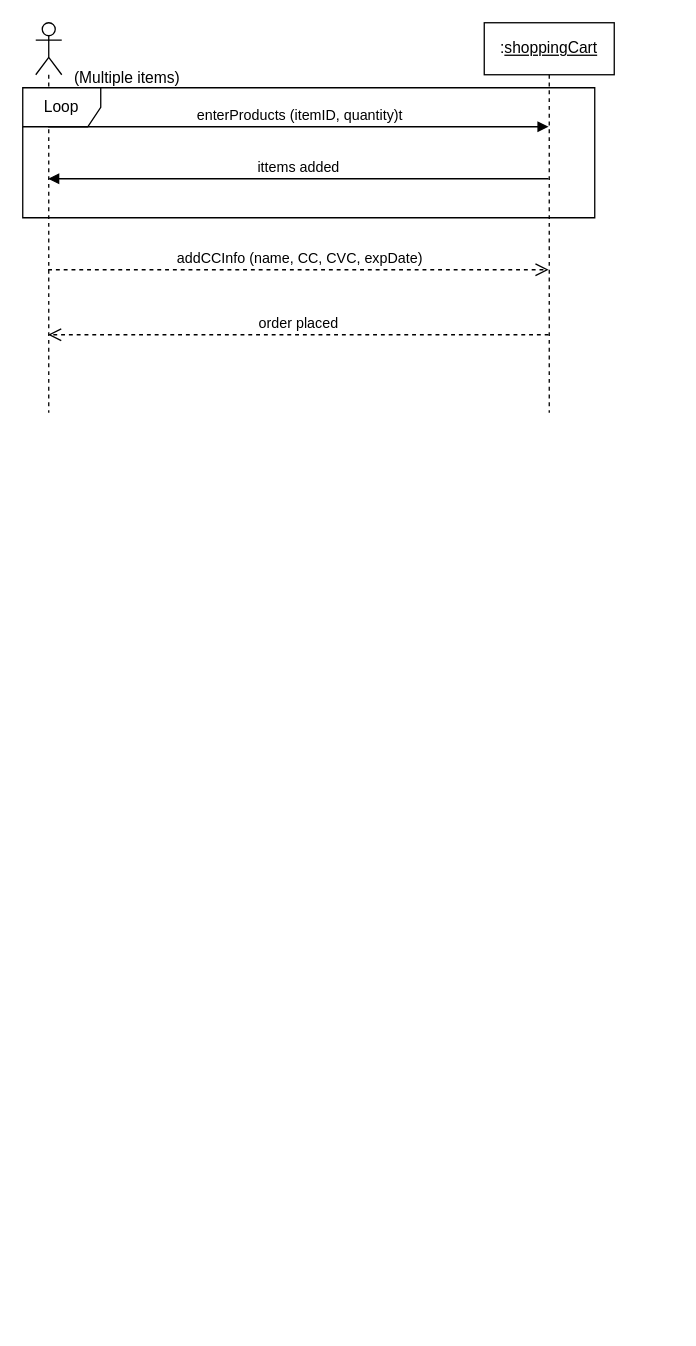
Before: Untitled Diagram.drawio in biabcp/Python-Stock-Market-Trading-Bot, a draw.io diagram. Source tidied: cells renumbered, new cells numbered last; positions are measured from the earlier drawing's top-left corner, leaving out a move shared by most shapes. Both pictures are drawn from the tidied source at 130%, with x=0, y=0 at pixel (22, 22).
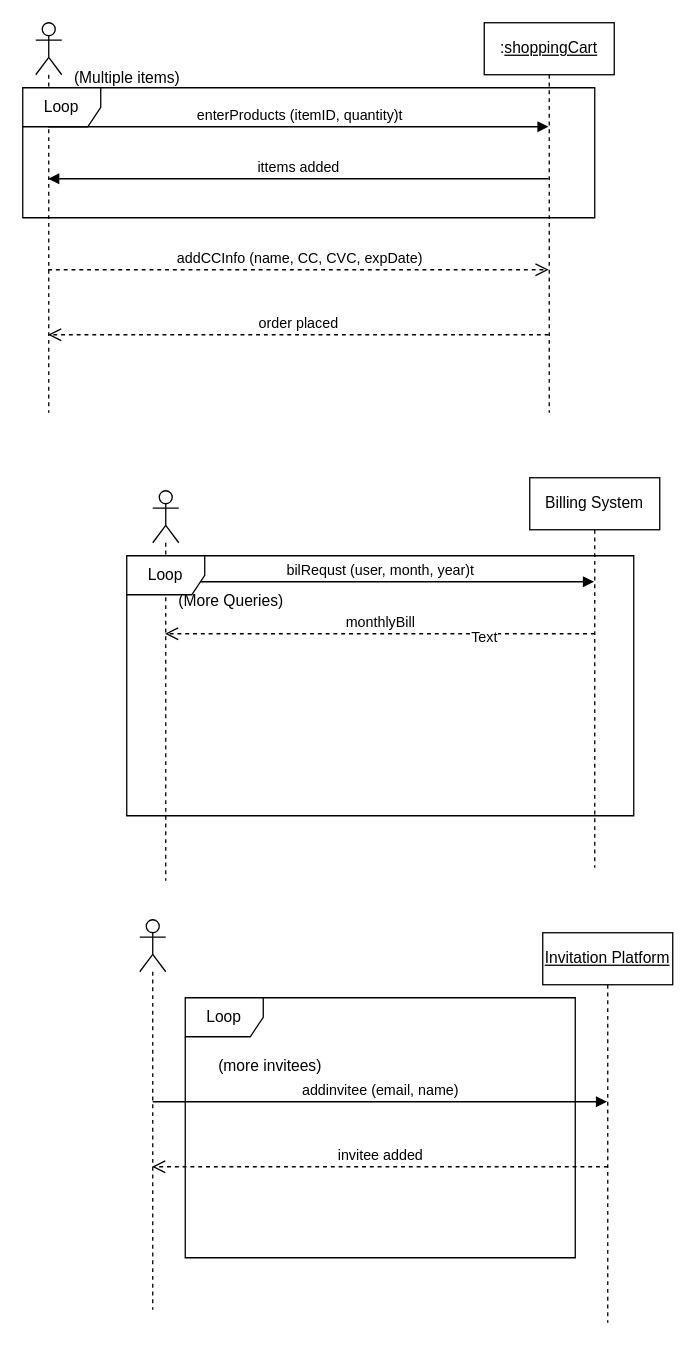
The same page after the edit.

Commit message:
Sequence Diagram in Class.drawio

The edit, as a diff of the source:
```diff
@@
+    <mxCell id="10" value="bilRequst (user, month, year)t" style="html=1;verticalAlign=bottom;endArrow=block;curved=0;rounded=0;" parent="1" edge="1" target="14">
+      <mxGeometry relative="1" as="geometry">
+        <mxPoint x="110" y="430" as="sourcePoint" />
+      </mxGeometry>
+    </mxCell>
@@
+    <mxCell id="11" value="monthlyBill" style="html=1;verticalAlign=bottom;endArrow=open;dashed=1;endSize=8;curved=0;rounded=0;" parent="1" edge="1" target="13">
+      <mxGeometry relative="1" as="geometry">
+        <mxPoint x="440" y="470" as="sourcePoint" />
+      </mxGeometry>
+    </mxCell>
+    <mxCell id="12" value="Text" style="edgeLabel;html=1;align=center;verticalAlign=middle;" parent="11" vertex="1">
+      <mxGeometry x="-0.48" y="2" relative="1" as="geometry" />
+    </mxCell>
@@
+    <mxCell id="13" style="shape=umlLifeline;perimeter=lifelinePerimeter;whiteSpace=wrap;html=1;outlineConnect=0;portConstraint=eastwest;newEdgeStyle={&quot;curved&quot;:0,&quot;rounded&quot;:0};participant=umlActor;" parent="1" vertex="1">
+      <mxGeometry x="100" y="360" width="20" height="300" as="geometry" />
+    </mxCell>
@@
+    <mxCell id="14" value="Billing System" style="shape=umlLifeline;perimeter=lifelinePerimeter;whiteSpace=wrap;html=1;outlineConnect=0;portConstraint=eastwest;newEdgeStyle={&quot;curved&quot;:0,&quot;rounded&quot;:0};" parent="1" vertex="1">
+      <mxGeometry x="390" y="350" width="100" height="300" as="geometry" />
+    </mxCell>
@@
+    <mxCell id="15" value="Loop" style="shape=umlFrame;whiteSpace=wrap;html=1;" parent="1" vertex="1">
+      <mxGeometry x="80" y="410" width="390" height="200" as="geometry" />
+    </mxCell>
+    <mxCell id="16" value="(More Queries)" style="text;html=1;align=center;verticalAlign=middle;strokeColor=none;fillColor=none;" parent="1" vertex="1">
+      <mxGeometry x="110" y="430" width="100" height="30" as="geometry" />
+    </mxCell>
+    <mxCell id="17" style="shape=umlLifeline;perimeter=lifelinePerimeter;whiteSpace=wrap;html=1;outlineConnect=0;portConstraint=eastwest;newEdgeStyle={&quot;curved&quot;:0,&quot;rounded&quot;:0};participant=umlActor;" parent="1" vertex="1">
+      <mxGeometry x="90" y="690" width="20" height="300" as="geometry" />
+    </mxCell>
+    <mxCell id="18" value="&lt;u&gt;Invitation Platform&lt;/u&gt;" style="shape=umlLifeline;perimeter=lifelinePerimeter;whiteSpace=wrap;html=1;outlineConnect=0;portConstraint=eastwest;newEdgeStyle={&quot;curved&quot;:0,&quot;rounded&quot;:0};" parent="1" vertex="1">
+      <mxGeometry x="400" y="700" width="100" height="300" as="geometry" />
+    </mxCell>
+    <mxCell id="19" value="invitee added" style="html=1;verticalAlign=bottom;endArrow=open;dashed=1;endSize=8;curved=0;rounded=0;" parent="1" edge="1" target="17">
+      <mxGeometry relative="1" as="geometry">
+        <mxPoint x="450" y="880" as="sourcePoint" />
+      </mxGeometry>
+    </mxCell>
+    <mxCell id="20" value="addinvitee (email, name)" style="html=1;verticalAlign=bottom;endArrow=block;curved=0;rounded=0;" parent="1" edge="1" target="18">
+      <mxGeometry relative="1" as="geometry">
+        <mxPoint x="100" y="830" as="sourcePoint" />
+      </mxGeometry>
+    </mxCell>
+    <mxCell id="21" value="Loop" style="shape=umlFrame;whiteSpace=wrap;html=1;" parent="1" vertex="1">
+      <mxGeometry x="125" y="750" width="300" height="200" as="geometry" />
+    </mxCell>
+    <mxCell id="22" value="(more invitees)" style="text;html=1;align=center;verticalAlign=middle;strokeColor=none;fillColor=none;" parent="1" vertex="1">
+      <mxGeometry x="140" y="788" width="100" height="30" as="geometry" />
+    </mxCell>
```
